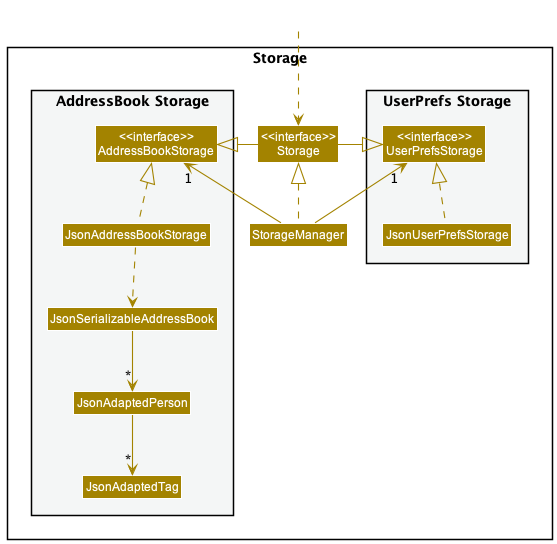
Above: docs/images/StorageClassDiagram.png in nus-cs2103-AY2223S1/tp (PlantUML), before the change.
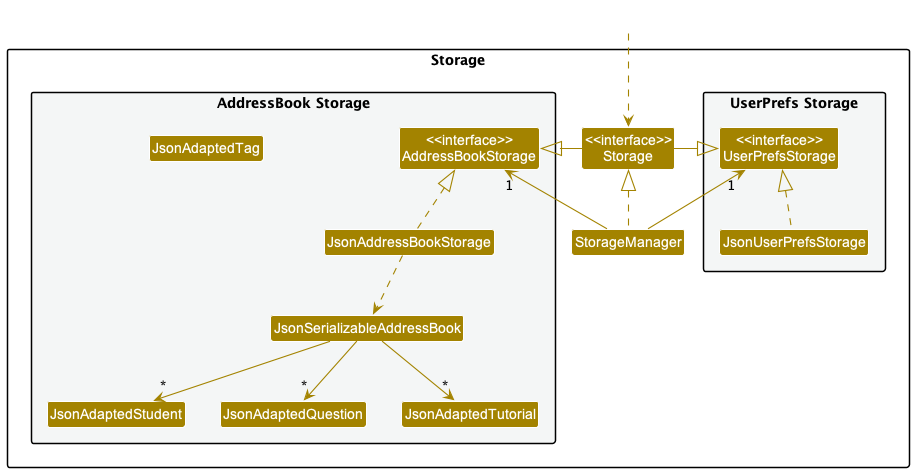
Later version of the same file.

The edit, as a diff of the source:
```diff
@@ -18,7 +18,9 @@
 Class "<<interface>>\nAddressBookStorage" as AddressBookStorage
 Class JsonAddressBookStorage
 Class JsonSerializableAddressBook
-Class JsonAdaptedPerson
+Class JsonAdaptedStudent
+Class JsonAdaptedQuestion
+Class JsonAdaptedTutorial
 Class JsonAdaptedTag
 }
 
@@ -37,7 +39,8 @@
 JsonUserPrefsStorage .up.|> UserPrefsStorage
 JsonAddressBookStorage .up.|> AddressBookStorage
 JsonAddressBookStorage ..> JsonSerializableAddressBook
-JsonSerializableAddressBook --> "*" JsonAdaptedPerson
-JsonAdaptedPerson --> "*" JsonAdaptedTag
+JsonSerializableAddressBook --> "*" JsonAdaptedStudent
+JsonSerializableAddressBook --> "*" JsonAdaptedQuestion
+JsonSerializableAddressBook --> "*" JsonAdaptedTutorial
 
 @enduml
```
